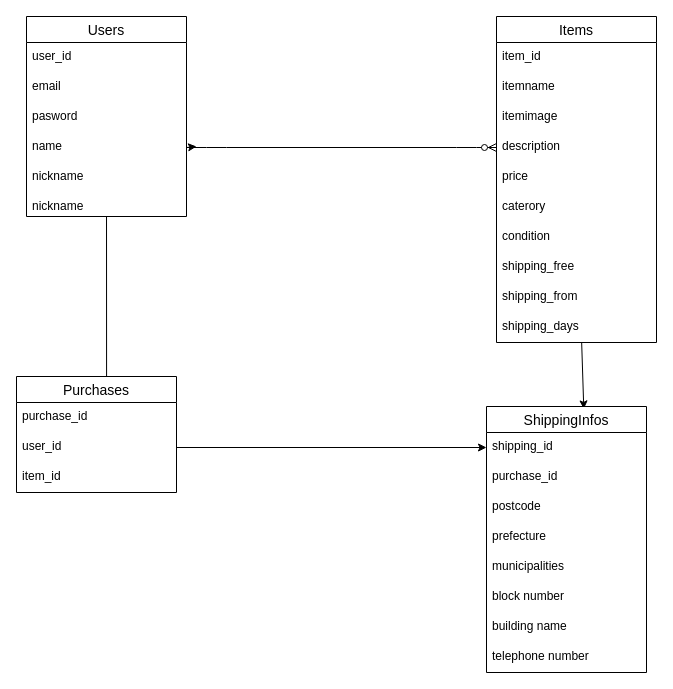
Before: page "ページ2" (2 of 2) of ER図.dio in RAMENKIRA/furima-41267, a draw.io diagram. Source tidied: cells renumbered, new cells numbered last; positions are measured from the earlier drawing's top-left corner, leaving out a move shared by most shapes. Both pictures are drawn from the tidied source at 100%, with x=0, y=0 at pixel (16, 16).
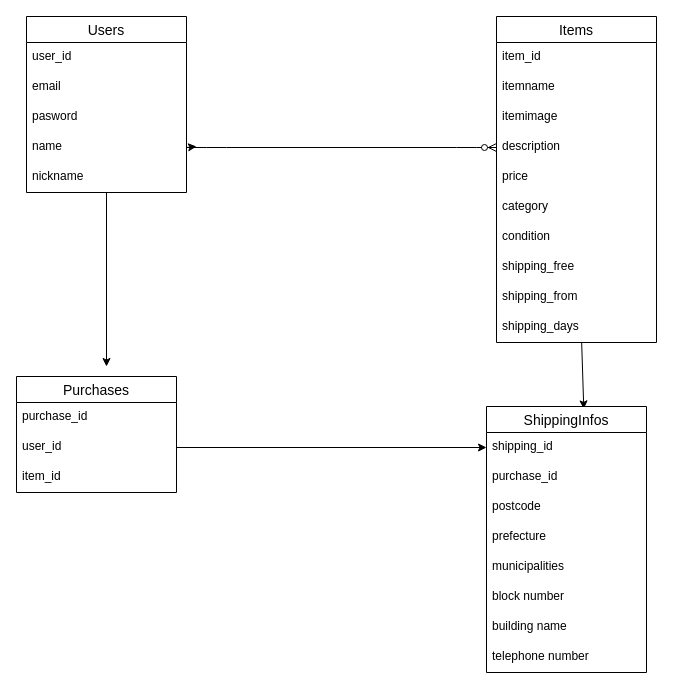
After the change.

The change refers to these unchanged cells:
```xml
<mxCell id="11" value="Items" style="swimlane;fontStyle=0;horizontal=1;startSize=26;align=center;fontSize=14;" parent="1" vertex="1">
  <mxGeometry x="480" width="160" height="326" as="geometry" />
</mxCell>
<mxCell id="22" value="Purchases" style="swimlane;fontStyle=0;horizontal=1;startSize=26;align=center;fontSize=14;" parent="1" vertex="1">
  <mxGeometry y="360" width="160" height="116" as="geometry" />
</mxCell>
```

What changed in the source:
```diff
@@
-    <mxCell id="2" style="edgeStyle=none;html=1;entryX=0.563;entryY=0.086;entryDx=0;entryDy=0;entryPerimeter=0;" parent="1" edge="1" source="3" target="22">
-      <mxGeometry relative="1" as="geometry" />
+    <mxCell id="2" style="edgeStyle=none;html=1;" parent="1" edge="1" source="3">
+      <mxGeometry relative="1" as="geometry">
+        <mxPoint x="90" y="350" as="targetPoint" />
+      </mxGeometry>
     </mxCell>
     <mxCell id="3" value="Users" style="swimlane;fontStyle=0;horizontal=1;startSize=26;align=center;fontSize=14;" parent="1" vertex="1">
-      <mxGeometry x="10" width="160" height="200" as="geometry" />
+      <mxGeometry x="10" width="160" height="176" as="geometry" />
     </mxCell>
@@
-    <mxCell id="9" value="nickname" style="text;strokeColor=none;fillColor=none;spacingLeft=4;spacingRight=4;overflow=hidden;fontSize=12;" parent="3" vertex="1">
-      <mxGeometry y="176" width="160" height="24" as="geometry" />
-    </mxCell>
@@
-    <mxCell id="17" value="caterory" style="text;strokeColor=none;fillColor=none;spacingLeft=4;spacingRight=4;overflow=hidden;fontSize=12;" parent="11" vertex="1">
+    <mxCell id="17" value="category" style="text;strokeColor=none;fillColor=none;spacingLeft=4;spacingRight=4;overflow=hidden;fontSize=12;" parent="11" vertex="1">
       <mxGeometry y="176" width="160" height="30" as="geometry" />
     </mxCell>
```
